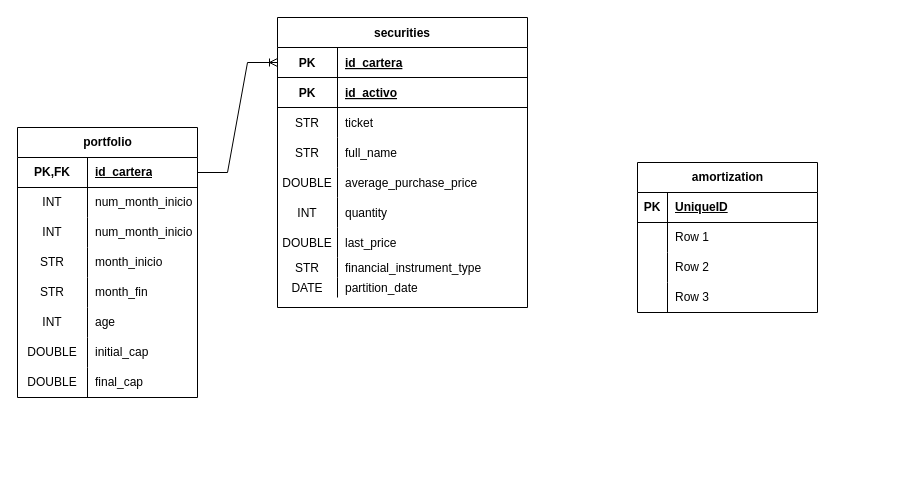
Tomasteawita/white_finance keeps this draw.io diagram as UML/modelo_de_datos.drawio. Above is the earlier version. Source tidied: cells renumbered, new cells numbered last; positions are measured from the earlier drawing's top-left corner, leaving out a move shared by most shapes. Both pictures are drawn from the tidied source at 100%, with x=0, y=0 at pixel (17, 17).
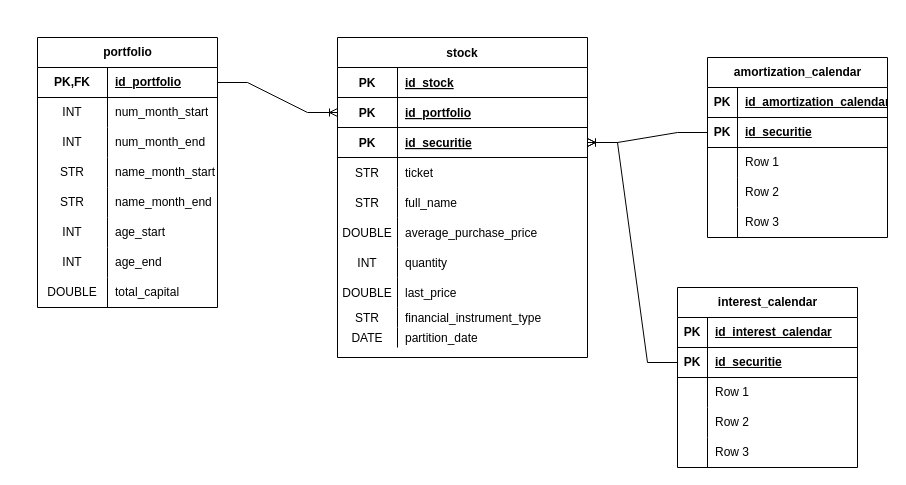
Above is the later version.

Commit message:
Update UML modelo de datos

Unchanged cells that the change refers to:
```xml
<mxCell id="31" style="shape=tableRow;horizontal=0;startSize=0;swimlaneHead=0;swimlaneBody=0;fillColor=none;points=[[0,0.5],[1,0.5]];portConstraint=eastwest;top=0;left=0;right=0;bottom=1;" parent="30" vertex="1">
  <mxGeometry y="30" width="180" height="30" as="geometry" />
</mxCell>
<mxCell id="34" style="shape=tableRow;horizontal=0;startSize=0;swimlaneHead=0;swimlaneBody=0;fillColor=none;top=0;left=0;right=0;bottom=0;" parent="30" vertex="1">
  <mxGeometry y="60" width="180" height="30" as="geometry" />
</mxCell>
<mxCell id="37" style="shape=tableRow;horizontal=0;startSize=0;swimlaneHead=0;swimlaneBody=0;fillColor=none;top=0;left=0;right=0;bottom=0;" parent="30" vertex="1">
  <mxGeometry y="90" width="180" height="30" as="geometry" />
</mxCell>
<mxCell id="40" style="shape=tableRow;horizontal=0;startSize=0;swimlaneHead=0;swimlaneBody=0;fillColor=none;top=0;left=0;right=0;bottom=0;" parent="30" vertex="1">
  <mxGeometry y="120" width="180" height="30" as="geometry" />
</mxCell>
<mxCell id="43" style="shape=tableRow;horizontal=0;startSize=0;swimlaneHead=0;swimlaneBody=0;fillColor=none;top=0;left=0;right=0;bottom=0;" parent="30" vertex="1">
  <mxGeometry y="150" width="180" height="30" as="geometry" />
</mxCell>
<mxCell id="46" style="shape=tableRow;horizontal=0;startSize=0;swimlaneHead=0;swimlaneBody=0;fillColor=none;top=0;left=0;right=0;bottom=0;" parent="30" vertex="1">
  <mxGeometry y="180" width="180" height="30" as="geometry" />
</mxCell>
```

Diff of the diagram source:
```diff
@@
-    <mxCell id="2" value="securities" style="shape=table;startSize=30;childLayout=tableLayout;rowLines=0;fontStyle=1;align=center;" parent="1" vertex="1">
-      <mxGeometry x="260" width="250" height="290" as="geometry" />
+    <mxCell id="2" value="stock" style="shape=table;startSize=30;childLayout=tableLayout;rowLines=0;fontStyle=1;align=center;" parent="1" vertex="1">
+      <mxGeometry x="320" y="20" width="250" height="320" as="geometry" />
     </mxCell>
+    <mxCell id="69" style="shape=partialRectangle;fillColor=none;top=0;left=0;right=0;bottom=1;" parent="2" vertex="1">
+      <mxGeometry y="30" width="250" height="30" as="geometry" />
+    </mxCell>
+    <mxCell id="70" value="PK" style="shape=partialRectangle;overflow=hidden;fillColor=none;top=0;left=0;bottom=0;right=0;fontStyle=1;" parent="69" vertex="1">
+      <mxGeometry width="60" height="30" as="geometry" />
+    </mxCell>
+    <mxCell id="71" value="id_stock" style="shape=partialRectangle;overflow=hidden;fillColor=none;top=0;left=0;bottom=0;right=0;align=left;spacingLeft=6;fontStyle=5;" parent="69" vertex="1">
+      <mxGeometry x="60" width="190" height="30" as="geometry" />
+    </mxCell>
     <mxCell id="3" style="shape=partialRectangle;fillColor=none;points=[[0,0.5],[1,0.5]];portConstraint=eastwest;top=0;left=0;right=0;bottom=1;" parent="2" vertex="1">
-      <mxGeometry y="30" width="250" height="30" as="geometry" />
+      <mxGeometry y="60" width="250" height="30" as="geometry" />
     </mxCell>
@@
-    <mxCell id="5" value="id_cartera" style="shape=partialRectangle;overflow=hidden;fillColor=none;top=0;left=0;bottom=0;right=0;align=left;spacingLeft=6;fontStyle=5;" parent="3" vertex="1">
+    <mxCell id="5" value="id_portfolio" style="shape=partialRectangle;overflow=hidden;fillColor=none;top=0;left=0;bottom=0;right=0;align=left;spacingLeft=6;fontStyle=5;" parent="3" vertex="1">
       <mxGeometry x="60" width="190" height="30" as="geometry" />
     </mxCell>
     <mxCell id="6" style="shape=partialRectangle;fillColor=none;points=[[0,0.5],[1,0.5]];portConstraint=eastwest;top=0;left=0;right=0;bottom=1;" parent="2" vertex="1">
-      <mxGeometry y="60" width="250" height="30" as="geometry" />
+      <mxGeometry y="90" width="250" height="30" as="geometry" />
     </mxCell>
@@
-    <mxCell id="8" value="id_activo" style="shape=partialRectangle;overflow=hidden;fillColor=none;top=0;left=0;bottom=0;right=0;align=left;spacingLeft=6;fontStyle=5;" parent="6" vertex="1">
+    <mxCell id="8" value="id_securitie" style="shape=partialRectangle;overflow=hidden;fillColor=none;top=0;left=0;bottom=0;right=0;align=left;spacingLeft=6;fontStyle=5;" parent="6" vertex="1">
       <mxGeometry x="60" width="190" height="30" as="geometry" />
     </mxCell>
     <mxCell id="9" style="shape=partialRectangle;fillColor=none;top=0;left=0;right=0;bottom=0;" parent="2" vertex="1">
-      <mxGeometry y="90" width="250" height="30" as="geometry" />
+      <mxGeometry y="120" width="250" height="30" as="geometry" />
     </mxCell>
@@
     <mxCell id="12" style="shape=partialRectangle;fillColor=none;top=0;left=0;right=0;bottom=0;" parent="2" vertex="1">
-      <mxGeometry y="120" width="250" height="30" as="geometry" />
+      <mxGeometry y="150" width="250" height="30" as="geometry" />
     </mxCell>
@@
     <mxCell id="15" style="shape=partialRectangle;fillColor=none;top=0;left=0;right=0;bottom=0;" parent="2" vertex="1">
-      <mxGeometry y="150" width="250" height="30" as="geometry" />
+      <mxGeometry y="180" width="250" height="30" as="geometry" />
     </mxCell>
@@
     <mxCell id="18" style="shape=partialRectangle;fillColor=none;top=0;left=0;right=0;bottom=0;" parent="2" vertex="1">
-      <mxGeometry y="180" width="250" height="30" as="geometry" />
+      <mxGeometry y="210" width="250" height="30" as="geometry" />
     </mxCell>
@@
     <mxCell id="21" style="shape=partialRectangle;fillColor=none;top=0;left=0;right=0;bottom=0;" parent="2" vertex="1">
-      <mxGeometry y="210" width="250" height="30" as="geometry" />
+      <mxGeometry y="240" width="250" height="30" as="geometry" />
     </mxCell>
@@
     <mxCell id="24" style="shape=partialRectangle;fillColor=none;top=0;left=0;right=0;bottom=0;" parent="2" vertex="1">
-      <mxGeometry y="240" width="250" height="20" as="geometry" />
+      <mxGeometry y="270" width="250" height="20" as="geometry" />
     </mxCell>
@@
     <mxCell id="27" style="shape=partialRectangle;fillColor=none;top=0;left=0;right=0;bottom=0;" parent="2" vertex="1">
-      <mxGeometry y="260" width="250" height="20" as="geometry" />
+      <mxGeometry y="290" width="250" height="20" as="geometry" />
     </mxCell>
@@
     <mxCell id="30" value="portfolio" style="shape=table;startSize=30;childLayout=tableLayout;rowLines=0;fontStyle=1;align=center;html=1;" parent="1" vertex="1">
-      <mxGeometry y="110" width="180" height="270" as="geometry" />
+      <mxGeometry x="20" y="20" width="180" height="270" as="geometry" />
     </mxCell>
@@
-    <mxCell id="33" value="id_cartera" style="shape=partialRectangle;fillColor=none;top=0;left=0;bottom=0;right=0;align=left;spacingLeft=6;fontStyle=5;overflow=hidden;whiteSpace=wrap;html=1;" parent="31" vertex="1">
+    <mxCell id="33" value="id_portfolio" style="shape=partialRectangle;fillColor=none;top=0;left=0;bottom=0;right=0;align=left;spacingLeft=6;fontStyle=5;overflow=hidden;whiteSpace=wrap;html=1;" parent="31" vertex="1">
       <mxGeometry x="70" width="110" height="30" as="geometry" />
     </mxCell>
@@
-    <mxCell id="36" value="num_month_inicio" style="shape=partialRectangle;fillColor=none;top=0;left=0;bottom=0;right=0;align=left;spacingLeft=6;overflow=hidden;whiteSpace=wrap;html=1;" parent="34" vertex="1">
+    <mxCell id="36" value="num_month_start" style="shape=partialRectangle;fillColor=none;top=0;left=0;bottom=0;right=0;align=left;spacingLeft=6;overflow=hidden;whiteSpace=wrap;html=1;" parent="34" vertex="1">
       <mxGeometry x="70" width="110" height="30" as="geometry" />
     </mxCell>
@@
-    <mxCell id="39" value="num_month_inicio" style="shape=partialRectangle;fillColor=none;top=0;left=0;bottom=0;right=0;align=left;spacingLeft=6;overflow=hidden;whiteSpace=wrap;html=1;" parent="37" vertex="1">
+    <mxCell id="39" value="num_month_end" style="shape=partialRectangle;fillColor=none;top=0;left=0;bottom=0;right=0;align=left;spacingLeft=6;overflow=hidden;whiteSpace=wrap;html=1;" parent="37" vertex="1">
       <mxGeometry x="70" width="110" height="30" as="geometry" />
     </mxCell>
@@
-    <mxCell id="42" value="month_inicio" style="shape=partialRectangle;fillColor=none;top=0;left=0;bottom=0;right=0;align=left;spacingLeft=6;overflow=hidden;whiteSpace=wrap;html=1;" parent="40" vertex="1">
+    <mxCell id="42" value="name_month_start" style="shape=partialRectangle;fillColor=none;top=0;left=0;bottom=0;right=0;align=left;spacingLeft=6;overflow=hidden;whiteSpace=wrap;html=1;" parent="40" vertex="1">
       <mxGeometry x="70" width="110" height="30" as="geometry" />
     </mxCell>
@@
-    <mxCell id="45" value="month_fin" style="shape=partialRectangle;fillColor=none;top=0;left=0;bottom=0;right=0;align=left;spacingLeft=6;overflow=hidden;whiteSpace=wrap;html=1;" parent="43" vertex="1">
+    <mxCell id="45" value="name_month_end" style="shape=partialRectangle;fillColor=none;top=0;left=0;bottom=0;right=0;align=left;spacingLeft=6;overflow=hidden;whiteSpace=wrap;html=1;" parent="43" vertex="1">
       <mxGeometry x="70" width="110" height="30" as="geometry" />
     </mxCell>
@@
-    <mxCell id="48" value="age" style="shape=partialRectangle;fillColor=none;top=0;left=0;bottom=0;right=0;align=left;spacingLeft=6;overflow=hidden;whiteSpace=wrap;html=1;" parent="46" vertex="1">
+    <mxCell id="48" value="age_start" style="shape=partialRectangle;fillColor=none;top=0;left=0;bottom=0;right=0;align=left;spacingLeft=6;overflow=hidden;whiteSpace=wrap;html=1;" parent="46" vertex="1">
       <mxGeometry x="70" width="110" height="30" as="geometry" />
     </mxCell>
+    <mxCell id="72" style="shape=tableRow;horizontal=0;startSize=0;swimlaneHead=0;swimlaneBody=0;fillColor=none;top=0;left=0;right=0;bottom=0;" parent="30" vertex="1">
+      <mxGeometry y="210" width="180" height="30" as="geometry" />
+    </mxCell>
+    <mxCell id="73" value="INT" style="shape=partialRectangle;fillColor=none;top=0;left=0;bottom=0;right=0;overflow=hidden;whiteSpace=wrap;html=1;" parent="72" vertex="1">
+      <mxGeometry width="70" height="30" as="geometry" />
+    </mxCell>
+    <mxCell id="74" value="age_end" style="shape=partialRectangle;fillColor=none;top=0;left=0;bottom=0;right=0;align=left;spacingLeft=6;overflow=hidden;whiteSpace=wrap;html=1;" parent="72" vertex="1">
+      <mxGeometry x="70" width="110" height="30" as="geometry" />
+    </mxCell>
     <mxCell id="49" style="shape=tableRow;horizontal=0;startSize=0;swimlaneHead=0;swimlaneBody=0;fillColor=none;top=0;left=0;right=0;bottom=0;" parent="30" vertex="1">
-      <mxGeometry y="210" width="180" height="30" as="geometry" />
+      <mxGeometry y="240" width="180" height="30" as="geometry" />
     </mxCell>
@@
-    <mxCell id="51" value="initial_cap" style="shape=partialRectangle;fillColor=none;top=0;left=0;bottom=0;right=0;align=left;spacingLeft=6;overflow=hidden;whiteSpace=wrap;html=1;" parent="49" vertex="1">
+    <mxCell id="51" value="total_capital" style="shape=partialRectangle;fillColor=none;top=0;left=0;bottom=0;right=0;align=left;spacingLeft=6;overflow=hidden;whiteSpace=wrap;html=1;" parent="49" vertex="1">
       <mxGeometry x="70" width="110" height="30" as="geometry" />
     </mxCell>
-    <mxCell id="52" style="shape=tableRow;horizontal=0;startSize=0;swimlaneHead=0;swimlaneBody=0;fillColor=none;top=0;left=0;right=0;bottom=0;" parent="30" vertex="1">
-      <mxGeometry y="240" width="180" height="30" as="geometry" />
-    </mxCell>
-    <mxCell id="53" value="DOUBLE" style="shape=partialRectangle;fillColor=none;top=0;left=0;bottom=0;right=0;overflow=hidden;whiteSpace=wrap;html=1;" parent="52" vertex="1">
-      <mxGeometry width="70" height="30" as="geometry" />
-    </mxCell>
-    <mxCell id="54" value="final_cap" style="shape=partialRectangle;fillColor=none;top=0;left=0;bottom=0;right=0;align=left;spacingLeft=6;overflow=hidden;whiteSpace=wrap;html=1;" parent="52" vertex="1">
-      <mxGeometry x="70" width="110" height="30" as="geometry" />
-    </mxCell>
@@
-    <mxCell id="56" value="amortization" style="shape=table;startSize=30;childLayout=tableLayout;rowLines=0;fontStyle=1;align=center;html=1;" parent="1" vertex="1">
-      <mxGeometry x="620" y="145" width="180" height="150" as="geometry" />
+    <mxCell id="56" value="amortization_calendar" style="shape=table;startSize=30;childLayout=tableLayout;rowLines=0;fontStyle=1;align=center;html=1;" parent="1" vertex="1">
+      <mxGeometry x="690" y="40" width="180" height="180" as="geometry" />
     </mxCell>
+    <mxCell id="75" style="shape=tableRow;horizontal=0;startSize=0;swimlaneHead=0;swimlaneBody=0;fillColor=none;top=0;left=0;right=0;bottom=1;" parent="56" vertex="1">
+      <mxGeometry y="30" width="180" height="30" as="geometry" />
+    </mxCell>
+    <mxCell id="76" value="PK" style="shape=partialRectangle;fillColor=none;top=0;left=0;bottom=0;right=0;fontStyle=1;overflow=hidden;whiteSpace=wrap;html=1;" parent="75" vertex="1">
+      <mxGeometry width="30" height="30" as="geometry" />
+    </mxCell>
+    <mxCell id="77" value="id_amortization_calendar" style="shape=partialRectangle;fillColor=none;top=0;left=0;bottom=0;right=0;align=left;spacingLeft=6;fontStyle=5;overflow=hidden;whiteSpace=wrap;html=1;" parent="75" vertex="1">
+      <mxGeometry x="30" width="150" height="30" as="geometry" />
+    </mxCell>
     <mxCell id="57" style="shape=tableRow;horizontal=0;startSize=0;swimlaneHead=0;swimlaneBody=0;fillColor=none;points=[[0,0.5],[1,0.5]];portConstraint=eastwest;top=0;left=0;right=0;bottom=1;" parent="56" vertex="1">
-      <mxGeometry y="30" width="180" height="30" as="geometry" />
+      <mxGeometry y="60" width="180" height="30" as="geometry" />
     </mxCell>
@@
-    <mxCell id="59" value="UniqueID" style="shape=partialRectangle;fillColor=none;top=0;left=0;bottom=0;right=0;align=left;spacingLeft=6;fontStyle=5;overflow=hidden;whiteSpace=wrap;html=1;" parent="57" vertex="1">
+    <mxCell id="59" value="id_securitie" style="shape=partialRectangle;fillColor=none;top=0;left=0;bottom=0;right=0;align=left;spacingLeft=6;fontStyle=5;overflow=hidden;whiteSpace=wrap;html=1;" parent="57" vertex="1">
       <mxGeometry x="30" width="150" height="30" as="geometry" />
     </mxCell>
     <mxCell id="60" style="shape=tableRow;horizontal=0;startSize=0;swimlaneHead=0;swimlaneBody=0;fillColor=none;top=0;left=0;right=0;bottom=0;" parent="56" vertex="1">
-      <mxGeometry y="60" width="180" height="30" as="geometry" />
+      <mxGeometry y="90" width="180" height="30" as="geometry" />
     </mxCell>
@@
     <mxCell id="63" style="shape=tableRow;horizontal=0;startSize=0;swimlaneHead=0;swimlaneBody=0;fillColor=none;top=0;left=0;right=0;bottom=0;" parent="56" vertex="1">
-      <mxGeometry y="90" width="180" height="30" as="geometry" />
+      <mxGeometry y="120" width="180" height="30" as="geometry" />
     </mxCell>
@@
     <mxCell id="66" style="shape=tableRow;horizontal=0;startSize=0;swimlaneHead=0;swimlaneBody=0;fillColor=none;top=0;left=0;right=0;bottom=0;" parent="56" vertex="1">
-      <mxGeometry y="120" width="180" height="30" as="geometry" />
+      <mxGeometry y="150" width="180" height="30" as="geometry" />
     </mxCell>
@@
+    <mxCell id="78" value="interest_calendar" style="shape=table;startSize=30;childLayout=tableLayout;rowLines=0;fontStyle=1;align=center;html=1;" parent="1" vertex="1">
+      <mxGeometry x="660" y="270" width="180" height="180" as="geometry" />
+    </mxCell>
+    <mxCell id="79" style="shape=tableRow;horizontal=0;startSize=0;swimlaneHead=0;swimlaneBody=0;fillColor=none;top=0;left=0;right=0;bottom=1;" parent="78" vertex="1">
+      <mxGeometry y="30" width="180" height="30" as="geometry" />
+    </mxCell>
+    <mxCell id="80" value="PK" style="shape=partialRectangle;fillColor=none;top=0;left=0;bottom=0;right=0;fontStyle=1;overflow=hidden;whiteSpace=wrap;html=1;" parent="79" vertex="1">
+      <mxGeometry width="30" height="30" as="geometry" />
+    </mxCell>
+    <mxCell id="81" value="id_interest_calendar" style="shape=partialRectangle;fillColor=none;top=0;left=0;bottom=0;right=0;align=left;spacingLeft=6;fontStyle=5;overflow=hidden;whiteSpace=wrap;html=1;" parent="79" vertex="1">
+      <mxGeometry x="30" width="150" height="30" as="geometry" />
+    </mxCell>
+    <mxCell id="82" style="shape=tableRow;horizontal=0;startSize=0;swimlaneHead=0;swimlaneBody=0;fillColor=none;points=[[0,0.5],[1,0.5]];portConstraint=eastwest;top=0;left=0;right=0;bottom=1;" parent="78" vertex="1">
+      <mxGeometry y="60" width="180" height="30" as="geometry" />
+    </mxCell>
+    <mxCell id="83" value="PK" style="shape=partialRectangle;fillColor=none;top=0;left=0;bottom=0;right=0;fontStyle=1;overflow=hidden;whiteSpace=wrap;html=1;" parent="82" vertex="1">
+      <mxGeometry width="30" height="30" as="geometry" />
+    </mxCell>
+    <mxCell id="84" value="id_securitie" style="shape=partialRectangle;fillColor=none;top=0;left=0;bottom=0;right=0;align=left;spacingLeft=6;fontStyle=5;overflow=hidden;whiteSpace=wrap;html=1;" parent="82" vertex="1">
+      <mxGeometry x="30" width="150" height="30" as="geometry" />
+    </mxCell>
+    <mxCell id="85" style="shape=tableRow;horizontal=0;startSize=0;swimlaneHead=0;swimlaneBody=0;fillColor=none;top=0;left=0;right=0;bottom=0;" parent="78" vertex="1">
+      <mxGeometry y="90" width="180" height="30" as="geometry" />
+    </mxCell>
+    <mxCell id="86" style="shape=partialRectangle;fillColor=none;top=0;left=0;bottom=0;right=0;overflow=hidden;whiteSpace=wrap;html=1;" parent="85" vertex="1">
+      <mxGeometry width="30" height="30" as="geometry" />
+    </mxCell>
+    <mxCell id="87" value="Row 1" style="shape=partialRectangle;fillColor=none;top=0;left=0;bottom=0;right=0;align=left;spacingLeft=6;overflow=hidden;whiteSpace=wrap;html=1;" parent="85" vertex="1">
+      <mxGeometry x="30" width="150" height="30" as="geometry" />
+    </mxCell>
+    <mxCell id="88" style="shape=tableRow;horizontal=0;startSize=0;swimlaneHead=0;swimlaneBody=0;fillColor=none;top=0;left=0;right=0;bottom=0;" parent="78" vertex="1">
+      <mxGeometry y="120" width="180" height="30" as="geometry" />
+    </mxCell>
+    <mxCell id="89" style="shape=partialRectangle;fillColor=none;top=0;left=0;bottom=0;right=0;overflow=hidden;whiteSpace=wrap;html=1;" parent="88" vertex="1">
+      <mxGeometry width="30" height="30" as="geometry" />
+    </mxCell>
+    <mxCell id="90" value="Row 2" style="shape=partialRectangle;fillColor=none;top=0;left=0;bottom=0;right=0;align=left;spacingLeft=6;overflow=hidden;whiteSpace=wrap;html=1;" parent="88" vertex="1">
+      <mxGeometry x="30" width="150" height="30" as="geometry" />
+    </mxCell>
+    <mxCell id="91" style="shape=tableRow;horizontal=0;startSize=0;swimlaneHead=0;swimlaneBody=0;fillColor=none;top=0;left=0;right=0;bottom=0;" parent="78" vertex="1">
+      <mxGeometry y="150" width="180" height="30" as="geometry" />
+    </mxCell>
+    <mxCell id="92" style="shape=partialRectangle;fillColor=none;top=0;left=0;bottom=0;right=0;overflow=hidden;whiteSpace=wrap;html=1;" parent="91" vertex="1">
+      <mxGeometry width="30" height="30" as="geometry" />
+    </mxCell>
+    <mxCell id="93" value="Row 3" style="shape=partialRectangle;fillColor=none;top=0;left=0;bottom=0;right=0;align=left;spacingLeft=6;overflow=hidden;whiteSpace=wrap;html=1;" parent="91" vertex="1">
+      <mxGeometry x="30" width="150" height="30" as="geometry" />
+    </mxCell>
+    <mxCell id="94" style="edgeStyle=entityRelationEdgeStyle;fontSize=12;html=1;endArrow=ERoneToMany;rounded=0;exitX=0;exitY=0.5;exitDx=0;exitDy=0;" parent="1" edge="1" source="57" target="6">
+      <mxGeometry relative="1" as="geometry" />
+    </mxCell>
+    <mxCell id="95" style="edgeStyle=entityRelationEdgeStyle;fontSize=12;html=1;endArrow=ERoneToMany;rounded=0;entryX=1;entryY=0.5;entryDx=0;entryDy=0;exitX=0;exitY=0.5;exitDx=0;exitDy=0;" parent="1" edge="1" source="82" target="6">
+      <mxGeometry relative="1" as="geometry" />
+    </mxCell>
```
